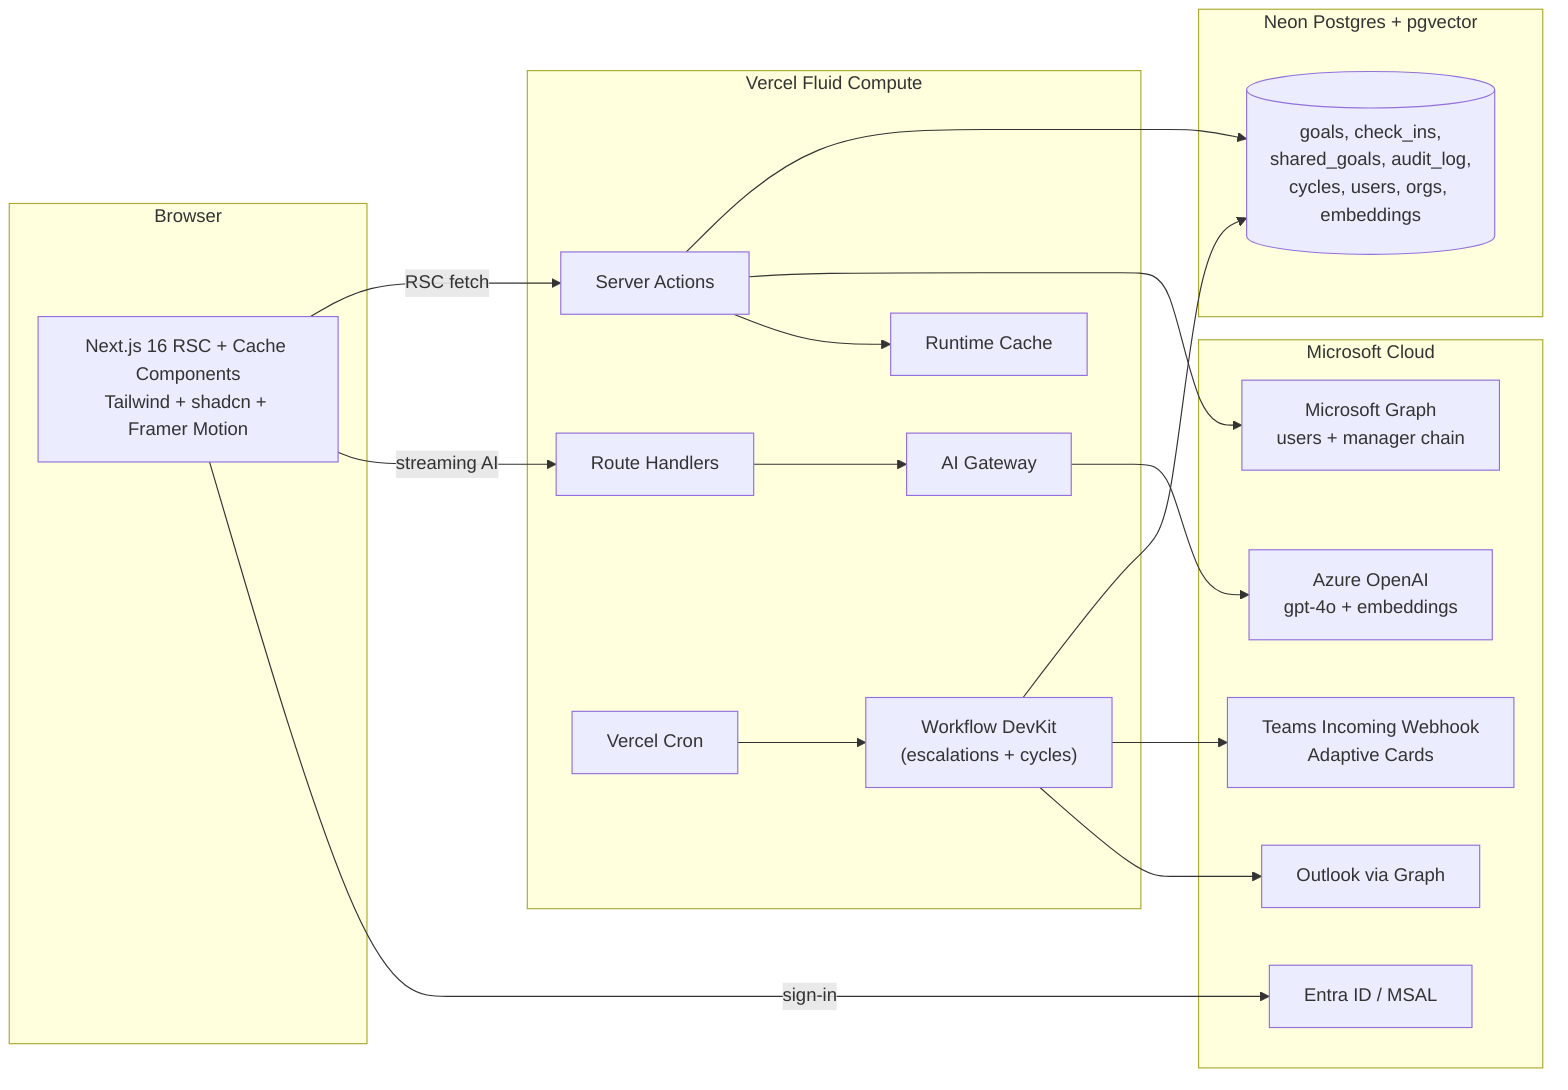
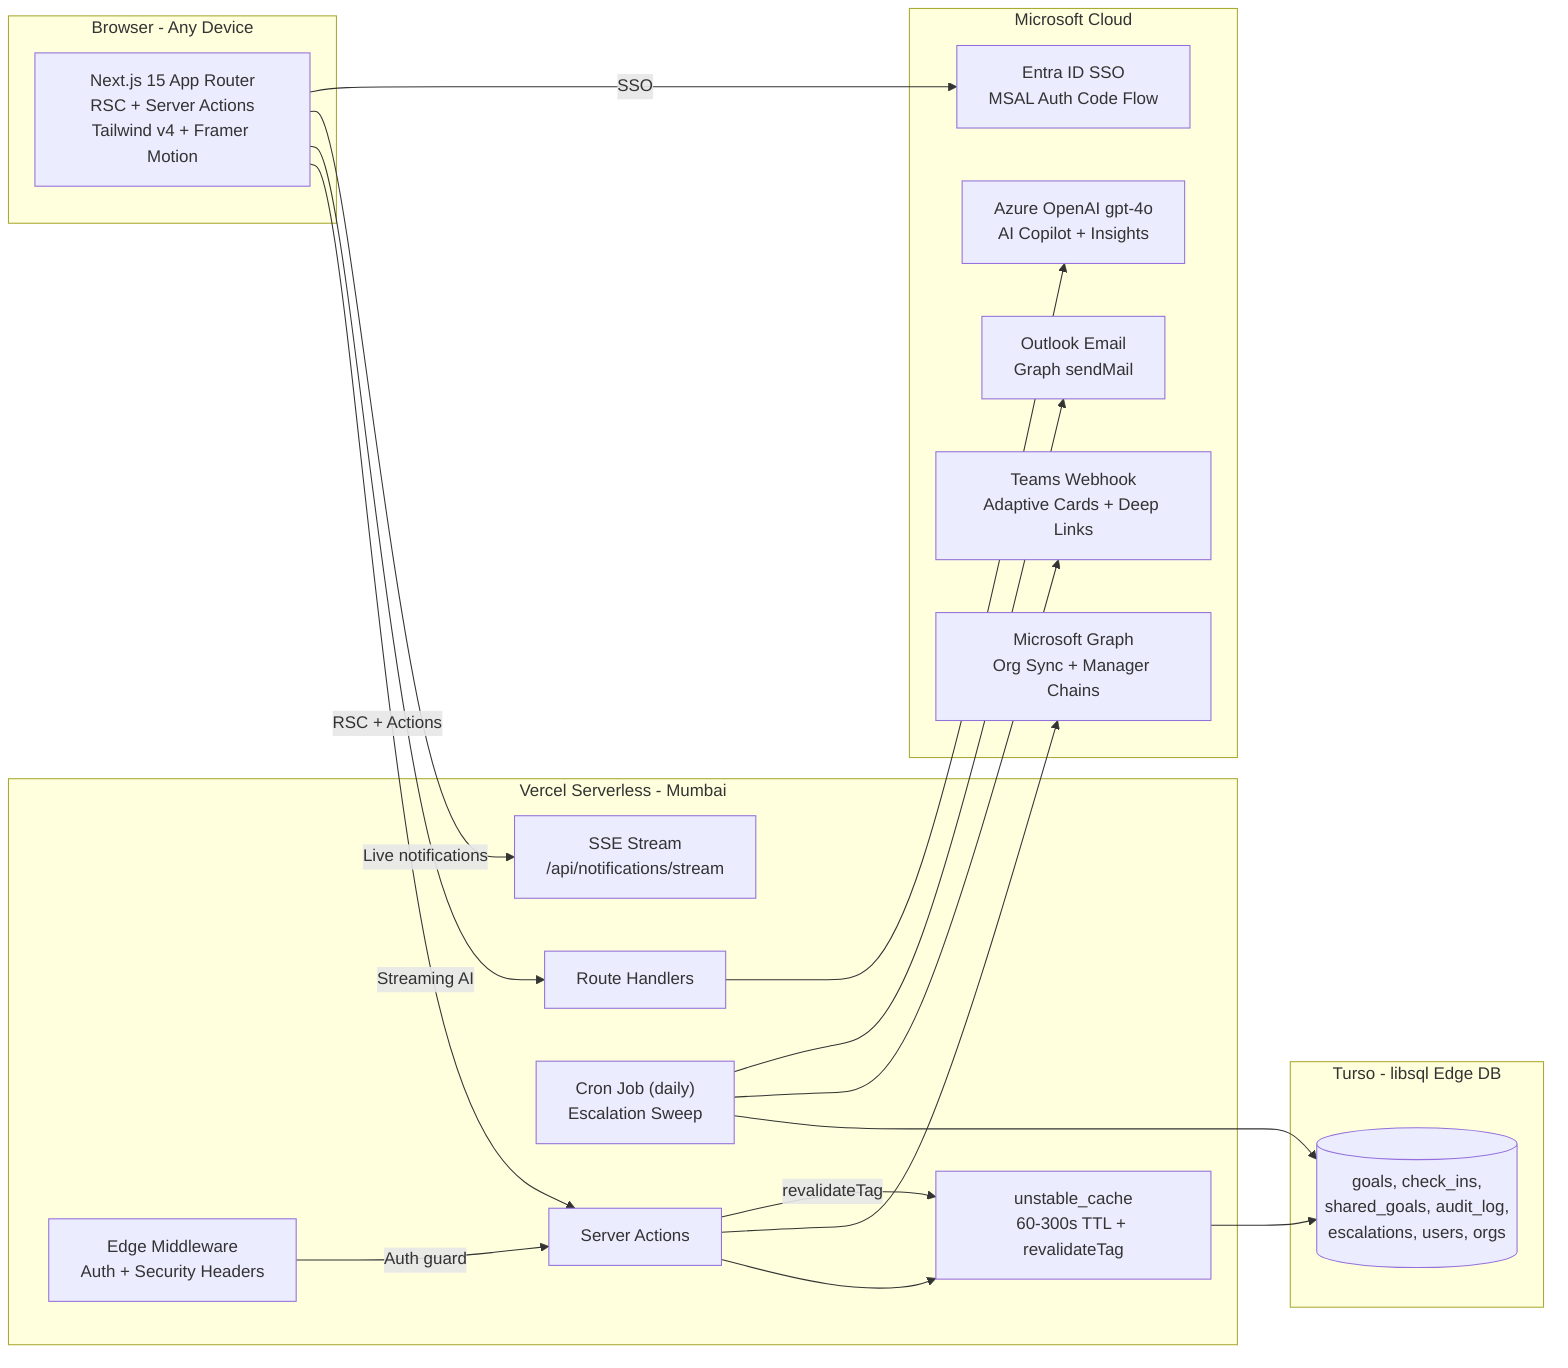
flowchart LR
-   subgraph Client[Browser]
-     UI["Next.js 16 RSC + Cache Components<br/>Tailwind + shadcn + Framer Motion"]
+   subgraph Client[Browser - Any Device]
+     UI["Next.js 15 App Router<br/>RSC + Server Actions<br/>Tailwind v4 + Framer Motion"]
  end

-   subgraph Vercel[Vercel Fluid Compute]
+   subgraph Vercel[Vercel Serverless - Mumbai]
    SA[Server Actions]
    RH[Route Handlers]
-     WDK["Workflow DevKit<br/>(escalations + cycles)"]
-     Cron[Vercel Cron]
-     AIG[AI Gateway]
-     RC[Runtime Cache]
+     MW[Edge Middleware<br/>Auth + Security Headers]
+     Cron["Cron Job (daily)<br/>Escalation Sweep"]
+     Cache["unstable_cache<br/>60-300s TTL + revalidateTag"]
+     SSE["SSE Stream<br/>/api/notifications/stream"]
  end

-   subgraph Neon[Neon Postgres + pgvector]
-     DB[("goals, check_ins,<br/>shared_goals, audit_log,<br/>cycles, users, orgs, embeddings")]
+   subgraph Turso[Turso - libsql Edge DB]
+     DB[("goals, check_ins,<br/>shared_goals, audit_log,<br/>escalations, users, orgs")]
  end

  subgraph Microsoft[Microsoft Cloud]
-     Entra["Entra ID / MSAL"]
-     Graph["Microsoft Graph<br/>users + manager chain"]
-     Teams["Teams Incoming Webhook<br/>Adaptive Cards"]
-     Outlook["Outlook via Graph"]
-     AOAI["Azure OpenAI<br/>gpt-4o + embeddings"]
+     Entra["Entra ID SSO<br/>MSAL Auth Code Flow"]
+     Graph["Microsoft Graph<br/>Org Sync + Manager Chains"]
+     Teams["Teams Webhook<br/>Adaptive Cards + Deep Links"]
+     Outlook["Outlook Email<br/>Graph sendMail"]
+     AOAI["Azure OpenAI gpt-4o<br/>AI Copilot + Insights"]
  end

-   UI -->|"RSC fetch"| SA
-   UI -->|"streaming AI"| RH
-   SA --> DB
-   RH --> AIG --> AOAI
-   WDK --> DB
-   WDK --> Teams
-   WDK --> Outlook
-   Cron --> WDK
+   UI -->|"RSC + Actions"| SA
+   UI -->|"Streaming AI"| RH
+   UI -->|"Live notifications"| SSE
+   MW -->|"Auth guard"| SA
+   SA --> Cache --> DB
+   RH --> AOAI
+   Cron --> DB
+   Cron --> Teams
+   Cron --> Outlook
  SA --> Graph
-   UI -->|"sign-in"| Entra
-   SA --> RC
+   UI -->|"SSO"| Entra
+   SA -->|"revalidateTag"| Cache
